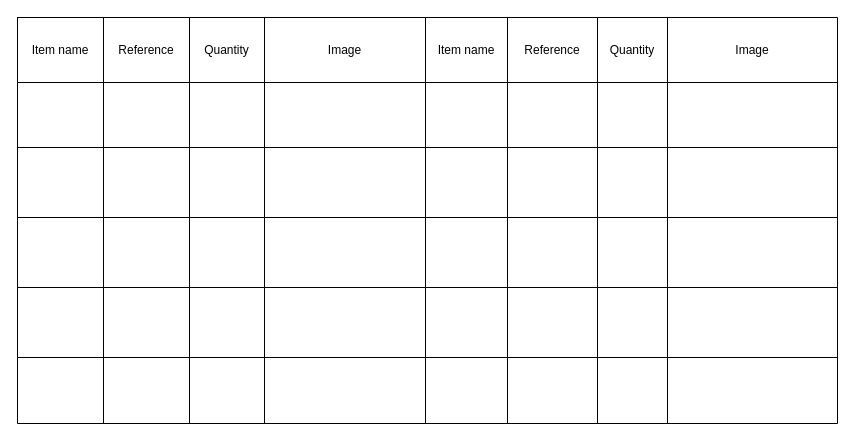
The draw.io diagram Part list or data sheet.drawio in amerezoji1362/drawio-github, before the edit. Source tidied: cells renumbered, new cells numbered last; positions are measured from the earlier drawing's top-left corner, leaving out a move shared by most shapes. Both pictures are drawn from the tidied source at 100%, with x=0, y=0 at pixel (17, 17).
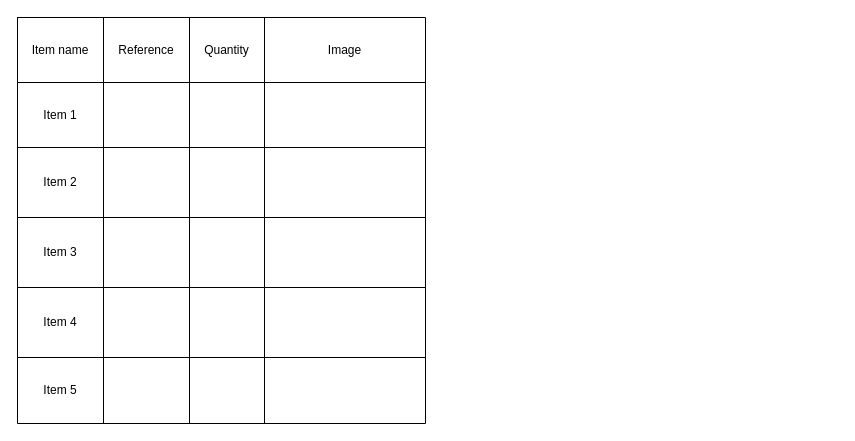
The same diagram, later.

Diff of the diagram source:
```diff
@@
     <mxCell id="2" style="shape=table;startSize=0;childLayout=tableLayout;" parent="1" vertex="1">
-      <mxGeometry width="820" height="406" as="geometry" />
+      <mxGeometry width="408" height="406" as="geometry" />
     </mxCell>
     <mxCell id="3" style="shape=partialRectangle;fillColor=none;top=0;left=0;bottom=0;right=0;" parent="2" vertex="1">
-      <mxGeometry width="820" height="65" as="geometry" />
+      <mxGeometry width="408" height="65" as="geometry" />
     </mxCell>
@@
-    <mxCell id="8" value="Item name" style="shape=partialRectangle;html=1;whiteSpace=wrap;overflow=hidden;fillColor=none;top=0;left=0;bottom=0;right=0;" parent="3" vertex="1">
-      <mxGeometry x="408" width="82" height="65" as="geometry" />
-    </mxCell>
-    <mxCell id="9" value="Reference" style="shape=partialRectangle;html=1;whiteSpace=wrap;overflow=hidden;fillColor=none;top=0;left=0;bottom=0;right=0;" parent="3" vertex="1">
-      <mxGeometry x="490" width="90" height="65" as="geometry" />
-    </mxCell>
-    <mxCell id="10" value="Quantity" style="shape=partialRectangle;html=1;whiteSpace=wrap;overflow=hidden;fillColor=none;top=0;left=0;bottom=0;right=0;" parent="3" vertex="1">
-      <mxGeometry x="580" width="70" height="65" as="geometry" />
-    </mxCell>
-    <mxCell id="11" value="Image" style="shape=partialRectangle;html=1;whiteSpace=wrap;overflow=hidden;fillColor=none;top=0;left=0;bottom=0;right=0;" parent="3" vertex="1">
-      <mxGeometry x="650" width="170" height="65" as="geometry" />
-    </mxCell>
     <mxCell id="12" style="shape=partialRectangle;fillColor=none;top=0;left=0;bottom=0;right=0;" parent="2" vertex="1">
-      <mxGeometry y="65" width="820" height="65" as="geometry" />
+      <mxGeometry y="65" width="408" height="65" as="geometry" />
     </mxCell>
-    <mxCell id="13" style="shape=partialRectangle;html=1;whiteSpace=wrap;overflow=hidden;fillColor=none;top=0;left=0;bottom=0;right=0;" parent="12" vertex="1">
+    <mxCell id="13" value="Item 1" style="shape=partialRectangle;html=1;whiteSpace=wrap;overflow=hidden;fillColor=none;top=0;left=0;bottom=0;right=0;" parent="12" vertex="1">
       <mxGeometry width="86" height="65" as="geometry" />
     </mxCell>
@@
-    <mxCell id="17" style="shape=partialRectangle;html=1;whiteSpace=wrap;overflow=hidden;fillColor=none;top=0;left=0;bottom=0;right=0;" parent="12" vertex="1">
-      <mxGeometry x="408" width="82" height="65" as="geometry" />
-    </mxCell>
-    <mxCell id="18" style="shape=partialRectangle;html=1;whiteSpace=wrap;overflow=hidden;fillColor=none;top=0;left=0;bottom=0;right=0;" parent="12" vertex="1">
-      <mxGeometry x="490" width="90" height="65" as="geometry" />
-    </mxCell>
-    <mxCell id="19" style="shape=partialRectangle;html=1;whiteSpace=wrap;overflow=hidden;fillColor=none;top=0;left=0;bottom=0;right=0;" parent="12" vertex="1">
-      <mxGeometry x="580" width="70" height="65" as="geometry" />
-    </mxCell>
-    <mxCell id="20" style="shape=partialRectangle;html=1;whiteSpace=wrap;overflow=hidden;fillColor=none;top=0;left=0;bottom=0;right=0;" parent="12" vertex="1">
-      <mxGeometry x="650" width="170" height="65" as="geometry" />
-    </mxCell>
     <mxCell id="21" style="shape=partialRectangle;fillColor=none;top=0;left=0;bottom=0;right=0;" parent="2" vertex="1">
-      <mxGeometry y="130" width="820" height="70" as="geometry" />
+      <mxGeometry y="130" width="408" height="70" as="geometry" />
     </mxCell>
-    <mxCell id="22" style="shape=partialRectangle;html=1;whiteSpace=wrap;overflow=hidden;fillColor=none;top=0;left=0;bottom=0;right=0;" parent="21" vertex="1">
+    <mxCell id="22" value="Item 2" style="shape=partialRectangle;html=1;whiteSpace=wrap;overflow=hidden;fillColor=none;top=0;left=0;bottom=0;right=0;" parent="21" vertex="1">
       <mxGeometry width="86" height="70" as="geometry" />
     </mxCell>
@@
-    <mxCell id="26" style="shape=partialRectangle;html=1;whiteSpace=wrap;overflow=hidden;fillColor=none;top=0;left=0;bottom=0;right=0;" parent="21" vertex="1">
-      <mxGeometry x="408" width="82" height="70" as="geometry" />
-    </mxCell>
-    <mxCell id="27" style="shape=partialRectangle;html=1;whiteSpace=wrap;overflow=hidden;fillColor=none;top=0;left=0;bottom=0;right=0;" parent="21" vertex="1">
-      <mxGeometry x="490" width="90" height="70" as="geometry" />
-    </mxCell>
-    <mxCell id="28" style="shape=partialRectangle;html=1;whiteSpace=wrap;overflow=hidden;fillColor=none;top=0;left=0;bottom=0;right=0;" parent="21" vertex="1">
-      <mxGeometry x="580" width="70" height="70" as="geometry" />
-    </mxCell>
-    <mxCell id="29" style="shape=partialRectangle;html=1;whiteSpace=wrap;overflow=hidden;fillColor=none;top=0;left=0;bottom=0;right=0;" parent="21" vertex="1">
-      <mxGeometry x="650" width="170" height="70" as="geometry" />
-    </mxCell>
     <mxCell id="30" style="shape=partialRectangle;fillColor=none;top=0;left=0;bottom=0;right=0;" parent="2" vertex="1">
-      <mxGeometry y="200" width="820" height="70" as="geometry" />
+      <mxGeometry y="200" width="408" height="70" as="geometry" />
     </mxCell>
-    <mxCell id="31" style="shape=partialRectangle;html=1;whiteSpace=wrap;overflow=hidden;fillColor=none;top=0;left=0;bottom=0;right=0;" parent="30" vertex="1">
+    <mxCell id="31" value="Item 3" style="shape=partialRectangle;html=1;whiteSpace=wrap;overflow=hidden;fillColor=none;top=0;left=0;bottom=0;right=0;" parent="30" vertex="1">
       <mxGeometry width="86" height="70" as="geometry" />
     </mxCell>
@@
-    <mxCell id="35" style="shape=partialRectangle;html=1;whiteSpace=wrap;overflow=hidden;fillColor=none;top=0;left=0;bottom=0;right=0;" parent="30" vertex="1">
-      <mxGeometry x="408" width="82" height="70" as="geometry" />
-    </mxCell>
-    <mxCell id="36" style="shape=partialRectangle;html=1;whiteSpace=wrap;overflow=hidden;fillColor=none;top=0;left=0;bottom=0;right=0;" parent="30" vertex="1">
-      <mxGeometry x="490" width="90" height="70" as="geometry" />
-    </mxCell>
-    <mxCell id="37" style="shape=partialRectangle;html=1;whiteSpace=wrap;overflow=hidden;fillColor=none;top=0;left=0;bottom=0;right=0;" parent="30" vertex="1">
-      <mxGeometry x="580" width="70" height="70" as="geometry" />
-    </mxCell>
-    <mxCell id="38" style="shape=partialRectangle;html=1;whiteSpace=wrap;overflow=hidden;fillColor=none;top=0;left=0;bottom=0;right=0;" parent="30" vertex="1">
-      <mxGeometry x="650" width="170" height="70" as="geometry" />
-    </mxCell>
     <mxCell id="39" style="shape=partialRectangle;fillColor=none;top=0;left=0;bottom=0;right=0;" parent="2" vertex="1">
-      <mxGeometry y="270" width="820" height="70" as="geometry" />
+      <mxGeometry y="270" width="408" height="70" as="geometry" />
     </mxCell>
-    <mxCell id="40" style="shape=partialRectangle;html=1;whiteSpace=wrap;overflow=hidden;fillColor=none;top=0;left=0;bottom=0;right=0;" parent="39" vertex="1">
+    <mxCell id="40" value="Item 4" style="shape=partialRectangle;html=1;whiteSpace=wrap;overflow=hidden;fillColor=none;top=0;left=0;bottom=0;right=0;" parent="39" vertex="1">
       <mxGeometry width="86" height="70" as="geometry" />
     </mxCell>
@@
-    <mxCell id="44" style="shape=partialRectangle;html=1;whiteSpace=wrap;overflow=hidden;fillColor=none;top=0;left=0;bottom=0;right=0;" parent="39" vertex="1">
-      <mxGeometry x="408" width="82" height="70" as="geometry" />
-    </mxCell>
-    <mxCell id="45" style="shape=partialRectangle;html=1;whiteSpace=wrap;overflow=hidden;fillColor=none;top=0;left=0;bottom=0;right=0;" parent="39" vertex="1">
-      <mxGeometry x="490" width="90" height="70" as="geometry" />
-    </mxCell>
-    <mxCell id="46" style="shape=partialRectangle;html=1;whiteSpace=wrap;overflow=hidden;fillColor=none;top=0;left=0;bottom=0;right=0;" parent="39" vertex="1">
-      <mxGeometry x="580" width="70" height="70" as="geometry" />
-    </mxCell>
-    <mxCell id="47" style="shape=partialRectangle;html=1;whiteSpace=wrap;overflow=hidden;fillColor=none;top=0;left=0;bottom=0;right=0;" parent="39" vertex="1">
-      <mxGeometry x="650" width="170" height="70" as="geometry" />
-    </mxCell>
     <mxCell id="48" style="shape=partialRectangle;fillColor=none;top=0;left=0;bottom=0;right=0;" parent="2" vertex="1">
-      <mxGeometry y="340" width="820" height="66" as="geometry" />
+      <mxGeometry y="340" width="408" height="66" as="geometry" />
     </mxCell>
-    <mxCell id="49" style="shape=partialRectangle;html=1;whiteSpace=wrap;overflow=hidden;fillColor=none;top=0;left=0;bottom=0;right=0;" parent="48" vertex="1">
+    <mxCell id="49" value="Item 5" style="shape=partialRectangle;html=1;whiteSpace=wrap;overflow=hidden;fillColor=none;top=0;left=0;bottom=0;right=0;" parent="48" vertex="1">
       <mxGeometry width="86" height="66" as="geometry" />
     </mxCell>
@@
-    <mxCell id="53" style="shape=partialRectangle;html=1;whiteSpace=wrap;overflow=hidden;fillColor=none;top=0;left=0;bottom=0;right=0;" parent="48" vertex="1">
-      <mxGeometry x="408" width="82" height="66" as="geometry" />
-    </mxCell>
-    <mxCell id="54" style="shape=partialRectangle;html=1;whiteSpace=wrap;overflow=hidden;fillColor=none;top=0;left=0;bottom=0;right=0;" parent="48" vertex="1">
-      <mxGeometry x="490" width="90" height="66" as="geometry" />
-    </mxCell>
-    <mxCell id="55" style="shape=partialRectangle;html=1;whiteSpace=wrap;overflow=hidden;fillColor=none;top=0;left=0;bottom=0;right=0;" parent="48" vertex="1">
-      <mxGeometry x="580" width="70" height="66" as="geometry" />
-    </mxCell>
-    <mxCell id="56" style="shape=partialRectangle;html=1;whiteSpace=wrap;overflow=hidden;fillColor=none;top=0;left=0;bottom=0;right=0;" parent="48" vertex="1">
-      <mxGeometry x="650" width="170" height="66" as="geometry" />
-    </mxCell>
```
